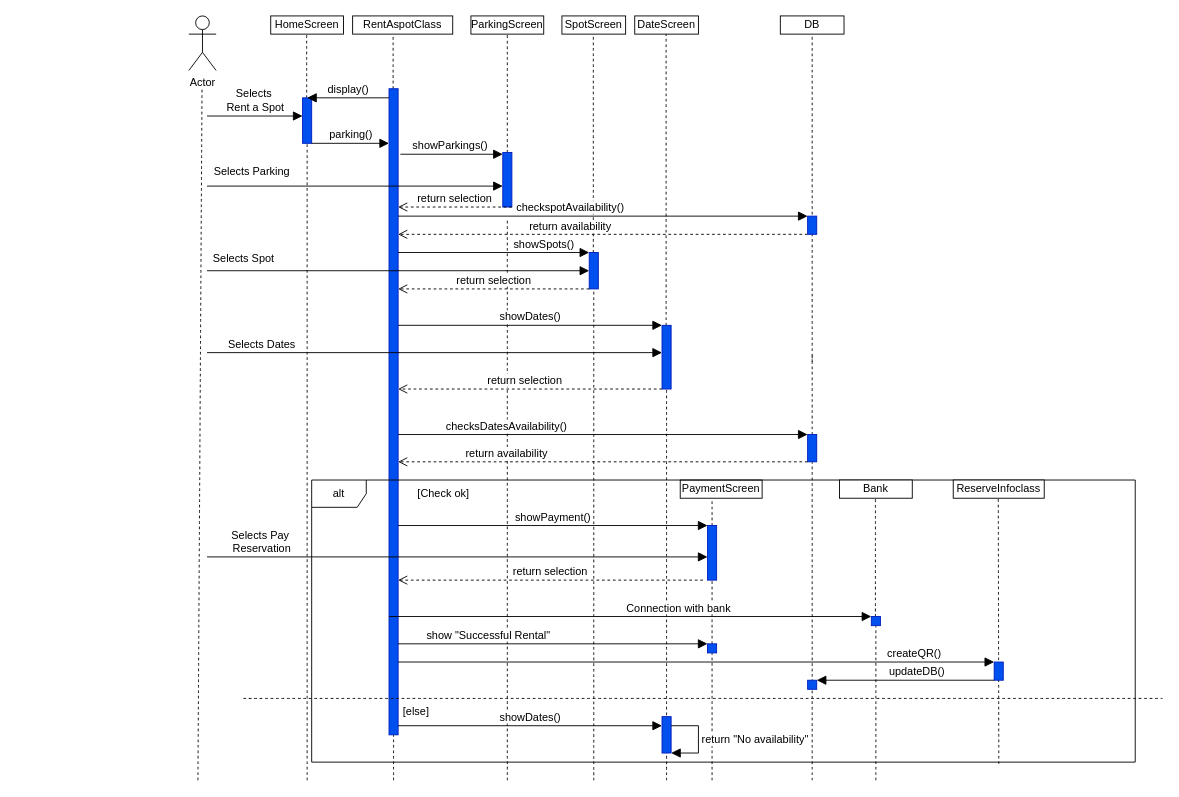
Above: SEQUENCE/Rent s Spot sequence.drawio in EliasPapagelis/Smart-Park-TL (draw.io), before the change. Source tidied: cells renumbered, new cells numbered last; positions are measured from the earlier drawing's top-left corner, leaving out a move shared by most shapes. Both pictures are drawn from the tidied source at 91%, with x=0, y=0 at pixel (188, 15).
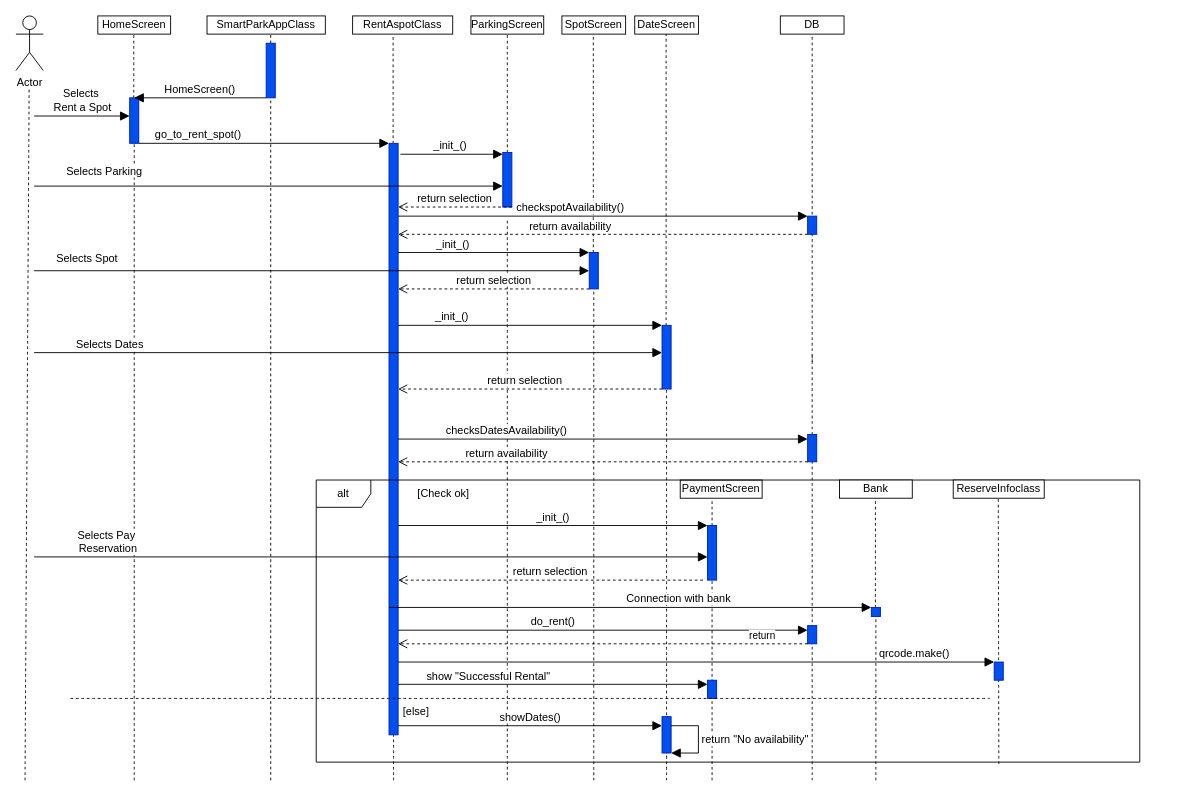
Above is the later version.

Unchanged cells that the change refers to:
```xml
<mxCell id="19" style="html=1;points=[[0,0,0,0,5],[0,1,0,0,-5],[1,0,0,0,5],[1,1,0,0,-5]];perimeter=orthogonalPerimeter;outlineConnect=0;targetShapes=umlLifeline;portConstraint=eastwest;newEdgeStyle={&quot;curved&quot;:0,&quot;rounded&quot;:0};fillColor=#0050ef;fontColor=#ffffff;strokeColor=#001DBC;" parent="1" vertex="1">
  <mxGeometry x="345" y="150" width="10" height="60" as="geometry" />
</mxCell>
<mxCell id="38" style="html=1;points=[[0,0,0,0,5],[0,1,0,0,-5],[1,0,0,0,5],[1,1,0,0,-5]];perimeter=orthogonalPerimeter;outlineConnect=0;targetShapes=umlLifeline;portConstraint=eastwest;newEdgeStyle={&quot;curved&quot;:0,&quot;rounded&quot;:0};fillColor=#0050ef;fontColor=#ffffff;strokeColor=#001DBC;" parent="1" vertex="1">
  <mxGeometry x="570" y="560" width="10" height="60" as="geometry" />
</mxCell>
<mxCell id="45" style="html=1;points=[[0,0,0,0,5],[0,1,0,0,-5],[1,0,0,0,5],[1,1,0,0,-5]];perimeter=orthogonalPerimeter;outlineConnect=0;targetShapes=umlLifeline;portConstraint=eastwest;newEdgeStyle={&quot;curved&quot;:0,&quot;rounded&quot;:0};fillColor=#0050ef;fontColor=#ffffff;strokeColor=#001DBC;" parent="1" vertex="1">
  <mxGeometry x="440" y="260" width="10" height="40" as="geometry" />
</mxCell>
<mxCell id="47" style="html=1;points=[[0,0,0,0,5],[0,1,0,0,-5],[1,0,0,0,5],[1,1,0,0,-5]];perimeter=orthogonalPerimeter;outlineConnect=0;targetShapes=umlLifeline;portConstraint=eastwest;newEdgeStyle={&quot;curved&quot;:0,&quot;rounded&quot;:0};fillColor=#0050ef;fontColor=#ffffff;strokeColor=#001DBC;" parent="1" vertex="1">
  <mxGeometry x="520" y="340" width="10" height="70" as="geometry" />
</mxCell>
<mxCell id="70" style="html=1;points=[[0,0,0,0,5],[0,1,0,0,-5],[1,0,0,0,5],[1,1,0,0,-5]];perimeter=orthogonalPerimeter;outlineConnect=0;targetShapes=umlLifeline;portConstraint=eastwest;newEdgeStyle={&quot;curved&quot;:0,&quot;rounded&quot;:0};fillColor=#0050ef;fontColor=#ffffff;strokeColor=#001DBC;" parent="1" vertex="1">
  <mxGeometry x="885" y="710" width="10" height="20" as="geometry" />
</mxCell>
```

The edit, as a diff of the source:
```diff
@@
     <mxCell id="2" value="Actor" style="shape=umlActor;verticalLabelPosition=bottom;verticalAlign=top;html=1;" parent="1" vertex="1">
-      <mxGeometry width="30" height="60" as="geometry" />
+      <mxGeometry x="-190" width="30" height="60" as="geometry" />
     </mxCell>
     <mxCell id="3" value="HomeScreen" style="rounded=0;whiteSpace=wrap;html=1;" parent="1" vertex="1">
-      <mxGeometry x="90" width="80" height="20" as="geometry" />
+      <mxGeometry x="-100" width="80" height="20" as="geometry" />
     </mxCell>
@@
     <mxCell id="13" style="endArrow=none;dashed=1;html=1;rounded=0;fontSize=12;startSize=8;endSize=8;curved=1;" parent="1" edge="1" source="17">
       <mxGeometry relative="1" as="geometry">
-        <mxPoint x="129.5" y="20" as="targetPoint" />
+        <mxPoint x="-60.5" y="20" as="targetPoint" />
       </mxGeometry>
     </mxCell>
     <mxCell id="14" style="endArrow=none;dashed=1;html=1;rounded=0;fontSize=12;startSize=8;endSize=8;curved=1;" parent="1" edge="1">
       <mxGeometry relative="1" as="geometry">
-        <mxPoint x="10" y="840" as="sourcePoint" />
-        <mxPoint x="14.5" y="80" as="targetPoint" />
+        <mxPoint x="-180" y="840" as="sourcePoint" />
+        <mxPoint x="-175.5" y="80" as="targetPoint" />
       </mxGeometry>
     </mxCell>
     <mxCell id="15" value="Selects&amp;nbsp;&lt;div&gt;Rent a Spot&lt;/div&gt;" style="html=1;verticalAlign=bottom;endArrow=block;curved=0;rounded=0;fontSize=12;startSize=8;endSize=8;" parent="1" edge="1">
       <mxGeometry relative="1" as="geometry">
-        <mxPoint x="20" y="110" as="sourcePoint" />
-        <mxPoint x="125" y="110" as="targetPoint" />
+        <mxPoint x="-170" y="110" as="sourcePoint" />
+        <mxPoint x="-65" y="110" as="targetPoint" />
       </mxGeometry>
     </mxCell>
     <mxCell id="16" style="endArrow=none;dashed=1;html=1;rounded=0;fontSize=12;startSize=8;endSize=8;curved=1;" parent="1" edge="1" target="17">
       <mxGeometry relative="1" as="geometry">
-        <mxPoint x="130" y="840" as="sourcePoint" />
+        <mxPoint x="-60" y="840" as="sourcePoint" />
       </mxGeometry>
     </mxCell>
     <mxCell id="17" style="html=1;points=[[0,0,0,0,5],[0,1,0,0,-5],[1,0,0,0,5],[1,1,0,0,-5]];perimeter=orthogonalPerimeter;outlineConnect=0;targetShapes=umlLifeline;portConstraint=eastwest;newEdgeStyle={&quot;curved&quot;:0,&quot;rounded&quot;:0};fillColor=#0050ef;fontColor=#ffffff;strokeColor=#001DBC;" parent="1" vertex="1">
-      <mxGeometry x="125" y="90" width="10" height="50" as="geometry" />
+      <mxGeometry x="-65" y="90" width="10" height="50" as="geometry" />
     </mxCell>
@@
-    <mxCell id="22" value="showParkings()" style="html=1;verticalAlign=bottom;endArrow=block;curved=0;rounded=0;fontSize=12;startSize=8;endSize=8;" parent="1" edge="1" target="19">
+    <mxCell id="22" value="_init_()" style="html=1;verticalAlign=bottom;endArrow=block;curved=0;rounded=0;fontSize=12;startSize=8;endSize=8;" parent="1" edge="1" target="19">
       <mxGeometry x="-0.04" relative="1" as="geometry">
         <mxPoint x="232.5" y="152" as="sourcePoint" />
       </mxGeometry>
     </mxCell>
@@
     <mxCell id="24" style="html=1;points=[[0,0,0,0,5],[0,1,0,0,-5],[1,0,0,0,5],[1,1,0,0,-5]];perimeter=orthogonalPerimeter;outlineConnect=0;targetShapes=umlLifeline;portConstraint=eastwest;newEdgeStyle={&quot;curved&quot;:0,&quot;rounded&quot;:0};fillColor=#0050ef;fontColor=#ffffff;strokeColor=#001DBC;" parent="1" vertex="1">
-      <mxGeometry x="220" y="80" width="10" height="710" as="geometry" />
+      <mxGeometry x="220" y="140" width="10" height="650" as="geometry" />
     </mxCell>
     <mxCell id="25" value="Selects Parking" style="html=1;verticalAlign=bottom;endArrow=block;curved=0;rounded=0;fontSize=12;startSize=8;endSize=8;" parent="1" edge="1" target="19">
       <mxGeometry x="-0.7" y="7" relative="1" as="geometry">
-        <mxPoint x="20" y="187" as="sourcePoint" />
+        <mxPoint x="-170" y="187" as="sourcePoint" />
       </mxGeometry>
     </mxCell>
@@
-    <mxCell id="27" value="showDates()" style="html=1;verticalAlign=bottom;endArrow=block;curved=0;rounded=0;fontSize=12;startSize=8;endSize=8;" parent="1" edge="1">
-      <mxGeometry relative="1" as="geometry">
+    <mxCell id="27" value="_init_()" style="html=1;verticalAlign=bottom;endArrow=block;curved=0;rounded=0;fontSize=12;startSize=8;endSize=8;" parent="1" edge="1">
+      <mxGeometry x="-0.59" relative="1" as="geometry">
         <mxPoint x="230" y="340" as="sourcePoint" />
         <mxPoint x="520" y="340" as="targetPoint" />
       </mxGeometry>
     </mxCell>
-    <mxCell id="28" value="Selects Dates" style="html=1;verticalAlign=bottom;endArrow=block;curved=0;rounded=0;fontSize=12;startSize=8;endSize=8;" parent="1" edge="1">
+    <mxCell id="28" value="Selects Dates" style="html=1;verticalAlign=bottom;endArrow=block;curved=0;rounded=0;fontSize=12;startSize=8;endSize=8;" parent="1" edge="1" target="47">
       <mxGeometry x="-0.76" relative="1" as="geometry">
-        <mxPoint x="20" y="370" as="sourcePoint" />
-        <mxPoint x="520" y="370" as="targetPoint" />
+        <mxPoint x="-170" y="370" as="sourcePoint" />
       </mxGeometry>
     </mxCell>
@@
     <mxCell id="34" value="alt" style="shape=umlFrame;whiteSpace=wrap;html=1;" parent="1" vertex="1">
-      <mxGeometry x="135" y="510" width="905" height="310" as="geometry" />
+      <mxGeometry x="140" y="510" width="905" height="310" as="geometry" />
     </mxCell>
@@
-    <mxCell id="36" value="showPayment()" style="html=1;verticalAlign=bottom;endArrow=block;curved=0;rounded=0;fontSize=12;startSize=8;endSize=8;" parent="1" edge="1">
+    <mxCell id="36" value="_init_()" style="html=1;verticalAlign=bottom;endArrow=block;curved=0;rounded=0;fontSize=12;startSize=8;endSize=8;" parent="1" edge="1">
       <mxGeometry relative="1" as="geometry">
         <mxPoint x="230" y="560" as="sourcePoint" />
         <mxPoint x="570" y="560" as="targetPoint" />
       </mxGeometry>
     </mxCell>
@@
-    <mxCell id="39" value="Selects Pay&amp;nbsp;&lt;div&gt;Reservation&lt;/div&gt;" style="html=1;verticalAlign=bottom;endArrow=block;curved=0;rounded=0;fontSize=12;startSize=8;endSize=8;" parent="1" edge="1">
+    <mxCell id="39" value="Selects Pay&amp;nbsp;&lt;div&gt;Reservation&lt;/div&gt;" style="html=1;verticalAlign=bottom;endArrow=block;curved=0;rounded=0;fontSize=12;startSize=8;endSize=8;" parent="1" edge="1" target="38">
       <mxGeometry x="-0.78" relative="1" as="geometry">
-        <mxPoint x="20" y="594.5" as="sourcePoint" />
-        <mxPoint x="570" y="594.5" as="targetPoint" />
+        <mxPoint x="-170" y="594.5" as="sourcePoint" />
       </mxGeometry>
     </mxCell>
-    <mxCell id="40" value="display()" style="html=1;verticalAlign=bottom;endArrow=block;curved=0;rounded=0;fontSize=12;startSize=8;endSize=8;" parent="1" edge="1">
+    <mxCell id="40" value="HomeScreen()" style="html=1;verticalAlign=bottom;endArrow=block;curved=0;rounded=0;fontSize=12;startSize=8;endSize=8;" parent="1" edge="1" source="76">
       <mxGeometry relative="1" as="geometry">
-        <mxPoint x="220" y="90" as="sourcePoint" />
-        <mxPoint x="130" y="90" as="targetPoint" />
+        <mxPoint x="-60" y="90" as="targetPoint" />
       </mxGeometry>
     </mxCell>
-    <mxCell id="41" value="parking()" style="html=1;verticalAlign=bottom;endArrow=block;curved=0;rounded=0;fontSize=12;startSize=8;endSize=8;" parent="1" edge="1">
-      <mxGeometry relative="1" as="geometry">
-        <mxPoint x="135" y="140" as="sourcePoint" />
-        <mxPoint x="220" y="140" as="targetPoint" />
+    <mxCell id="41" value="go_to_rent_spot()" style="html=1;verticalAlign=bottom;endArrow=block;curved=0;rounded=0;fontSize=12;startSize=8;endSize=8;" parent="1" edge="1" target="24">
+      <mxGeometry x="-0.53" relative="1" as="geometry">
+        <mxPoint x="-55" y="140" as="sourcePoint" />
       </mxGeometry>
     </mxCell>
@@
-    <mxCell id="48" value="showSpots()" style="html=1;verticalAlign=bottom;endArrow=block;curved=0;rounded=0;fontSize=12;startSize=8;endSize=8;" parent="1" edge="1">
-      <mxGeometry x="0.52" relative="1" as="geometry">
+    <mxCell id="48" value="_init_()" style="html=1;verticalAlign=bottom;endArrow=block;curved=0;rounded=0;fontSize=12;startSize=8;endSize=8;" parent="1" edge="1">
+      <mxGeometry x="-0.43" relative="1" as="geometry">
         <mxPoint x="230" y="260" as="sourcePoint" />
         <mxPoint x="440" y="260" as="targetPoint" />
       </mxGeometry>
     </mxCell>
     <mxCell id="49" value="Selects Spot" style="html=1;verticalAlign=bottom;endArrow=block;curved=0;rounded=0;fontSize=12;startSize=8;endSize=8;" parent="1" edge="1" target="45">
       <mxGeometry x="-0.81" y="5" relative="1" as="geometry">
-        <mxPoint x="20" y="280" as="sourcePoint" />
+        <mxPoint x="-170" y="280" as="sourcePoint" />
         <mxPoint y="1" as="offset" />
       </mxGeometry>
     </mxCell>
@@
     <mxCell id="56" value="Connection with bank" style="html=1;verticalAlign=bottom;endArrow=block;curved=0;rounded=0;fontSize=12;startSize=8;endSize=8;" parent="1" edge="1">
       <mxGeometry x="0.2" relative="1" as="geometry">
-        <mxPoint x="220" y="660" as="sourcePoint" />
-        <mxPoint x="750" y="660" as="targetPoint" />
+        <mxPoint x="220" y="650" as="sourcePoint" />
+        <mxPoint x="750" y="650" as="targetPoint" />
       </mxGeometry>
     </mxCell>
@@
     <mxCell id="58" value="show &quot;Successful Rental&quot;" style="html=1;verticalAlign=bottom;endArrow=block;curved=0;rounded=0;fontSize=12;startSize=8;endSize=8;" parent="1" edge="1">
       <mxGeometry x="-0.42" relative="1" as="geometry">
-        <mxPoint x="230" y="690" as="sourcePoint" />
-        <mxPoint x="570" y="690" as="targetPoint" />
+        <mxPoint x="230" y="734.5" as="sourcePoint" />
+        <mxPoint x="570" y="734.5" as="targetPoint" />
       </mxGeometry>
     </mxCell>
     <mxCell id="59" style="html=1;perimeter=orthogonalPerimeter;targetShapes=umlLifeline;newEdgeStyle={&quot;curved&quot;:0,&quot;rounded&quot;:0};fillColor=#0050ef;fontColor=#ffffff;strokeColor=#001DBC;" parent="1" vertex="1">
-      <mxGeometry x="570" y="690" width="10" height="10" as="geometry" />
+      <mxGeometry x="570" y="730" width="10" height="20" as="geometry" />
     </mxCell>
@@
     <mxCell id="61" style="html=1;points=[[0,0,0,0,5],[0,1,0,0,-5],[1,0,0,0,5],[1,1,0,0,-5]];perimeter=orthogonalPerimeter;outlineConnect=0;targetShapes=umlLifeline;portConstraint=eastwest;newEdgeStyle={&quot;curved&quot;:0,&quot;rounded&quot;:0};fillColor=#0050ef;fontColor=#ffffff;strokeColor=#001DBC;" parent="1" vertex="1">
-      <mxGeometry x="750" y="660" width="10" height="10" as="geometry" />
+      <mxGeometry x="750" y="650" width="10" height="10" as="geometry" />
     </mxCell>
     <mxCell id="62" style="endArrow=none;dashed=1;html=1;rounded=0;fontSize=12;startSize=8;endSize=8;curved=1;" parent="1" edge="1">
       <mxGeometry relative="1" as="geometry">
-        <mxPoint x="60" y="750" as="sourcePoint" />
-        <mxPoint x="1070" y="750" as="targetPoint" />
+        <mxPoint x="-130" y="750" as="sourcePoint" />
+        <mxPoint x="880" y="750" as="targetPoint" />
       </mxGeometry>
     </mxCell>
@@
-    <mxCell id="69" value="createQR()" style="html=1;verticalAlign=bottom;endArrow=block;curved=0;rounded=0;fontSize=12;startSize=8;endSize=8;" parent="1" edge="1" target="70">
+    <mxCell id="69" value="qrcode.make()" style="html=1;verticalAlign=bottom;endArrow=block;curved=0;rounded=0;fontSize=12;startSize=8;endSize=8;" parent="1" edge="1" target="70">
       <mxGeometry x="0.73" relative="1" as="geometry">
         <mxPoint x="230" y="710" as="sourcePoint" />
       </mxGeometry>
     </mxCell>
@@
-    <mxCell id="71" value="updateDB()" style="html=1;verticalAlign=bottom;endArrow=block;curved=0;rounded=0;fontSize=12;startSize=8;endSize=8;" parent="1" edge="1" source="70" target="72">
-      <mxGeometry x="-0.13" relative="1" as="geometry" />
+    <mxCell id="71" value="do_rent()" style="html=1;verticalAlign=bottom;endArrow=block;curved=0;rounded=0;fontSize=12;startSize=8;endSize=8;entryX=0;entryY=0;entryDx=0;entryDy=5;entryPerimeter=0;" parent="1" edge="1" source="24" target="72">
+      <mxGeometry x="-0.24" relative="1" as="geometry">
+        <mxPoint x="-1" as="offset" />
+      </mxGeometry>
     </mxCell>
     <mxCell id="72" style="html=1;points=[[0,0,0,0,5],[0,1,0,0,-5],[1,0,0,0,5],[1,1,0,0,-5]];perimeter=orthogonalPerimeter;outlineConnect=0;targetShapes=umlLifeline;portConstraint=eastwest;newEdgeStyle={&quot;curved&quot;:0,&quot;rounded&quot;:0};fillColor=#0050ef;fontColor=#ffffff;strokeColor=#001DBC;" parent="1" vertex="1">
-      <mxGeometry x="680" y="730" width="10" height="10" as="geometry" />
+      <mxGeometry x="680" y="670" width="10" height="20" as="geometry" />
     </mxCell>
+    <mxCell id="73" value="SmartParkAppClass" style="html=1;whiteSpace=wrap;" parent="1" vertex="1">
+      <mxGeometry x="20" width="130" height="20" as="geometry" />
+    </mxCell>
+    <mxCell id="74" style="endArrow=none;dashed=1;html=1;rounded=0;" parent="1" edge="1" source="76">
+      <mxGeometry relative="1" as="geometry">
+        <mxPoint x="90" y="20" as="targetPoint" />
+      </mxGeometry>
+    </mxCell>
+    <mxCell id="75" style="endArrow=none;dashed=1;html=1;rounded=0;" parent="1" edge="1" target="76">
+      <mxGeometry relative="1" as="geometry">
+        <mxPoint x="90" y="840" as="sourcePoint" />
+      </mxGeometry>
+    </mxCell>
+    <mxCell id="76" style="html=1;points=[[0,0,0,0,5],[0,1,0,0,-5],[1,0,0,0,5],[1,1,0,0,-5]];perimeter=orthogonalPerimeter;outlineConnect=0;targetShapes=umlLifeline;portConstraint=eastwest;newEdgeStyle={&quot;curved&quot;:0,&quot;rounded&quot;:0};fillColor=#0050ef;fontColor=#ffffff;strokeColor=#001DBC;" parent="1" vertex="1">
+      <mxGeometry x="85" y="30" width="10" height="60" as="geometry" />
+    </mxCell>
+    <mxCell id="77" value="return" style="html=1;verticalAlign=bottom;endArrow=open;dashed=1;endSize=8;curved=0;rounded=0;" parent="1" edge="1" target="24">
+      <mxGeometry x="-0.78" relative="1" as="geometry">
+        <mxPoint x="680" y="690" as="sourcePoint" />
+        <mxPoint x="-1" as="offset" />
+      </mxGeometry>
+    </mxCell>
```
